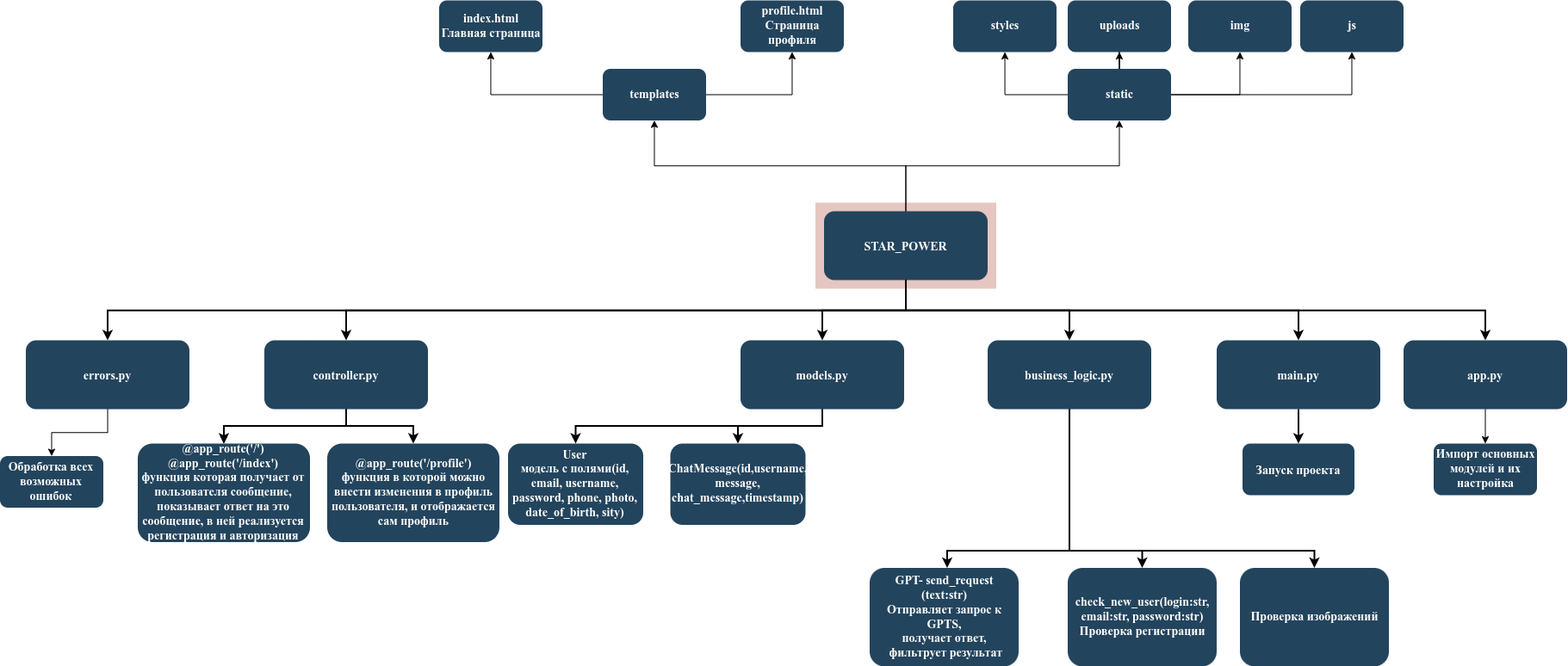
Above: StarPower diagram.png in Ryize/StarPower (draw.io), before the change. Source tidied: cells renumbered, new cells last; positions are measured from the earlier drawing's top-left corner, leaving out a move shared by most shapes.
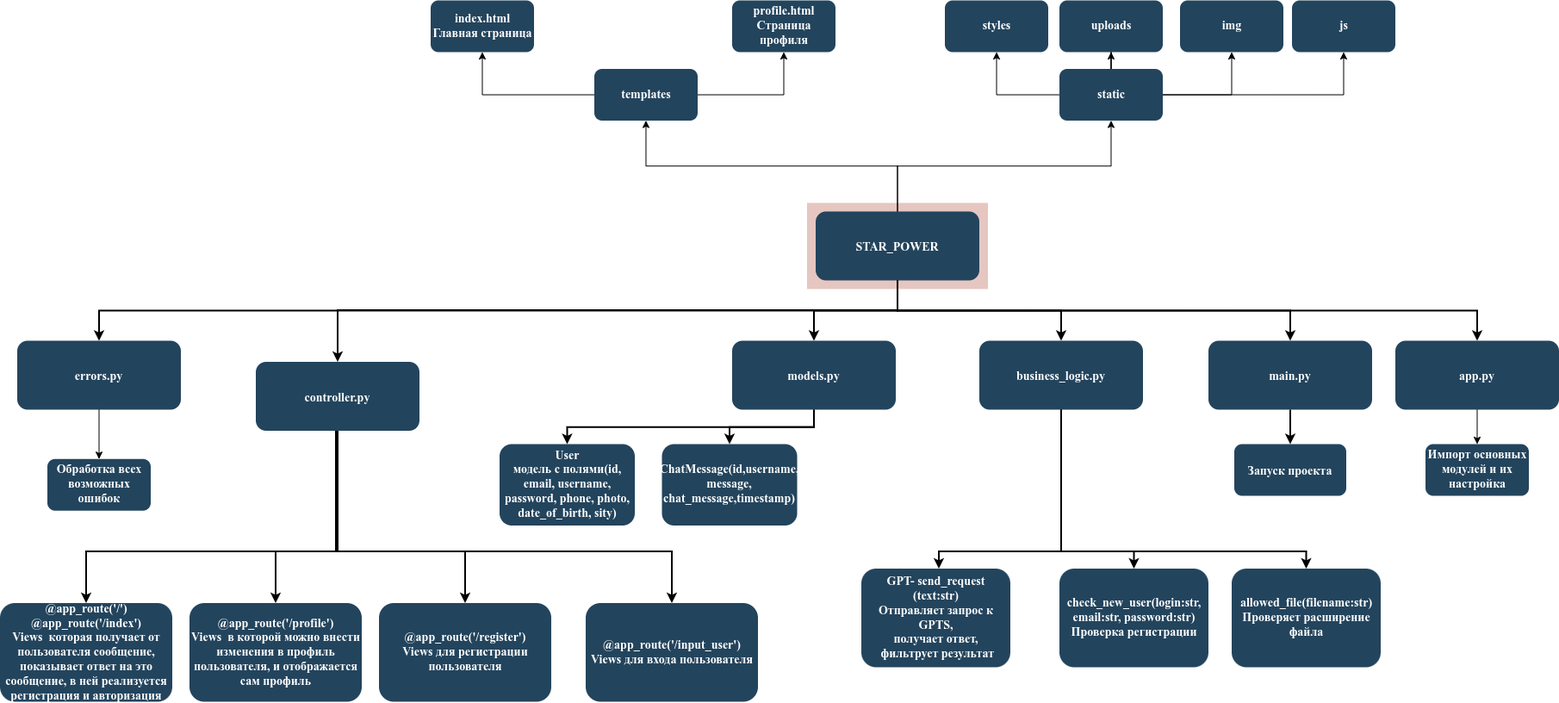
The same file after the commit.

Commit message:
Дополнил диаграмму вьюшками в controller

Change to the diagram source:
```diff
@@ -26,11 +26,8 @@
     <mxCell id="9" value="models.py" style="rounded=1;fillColor=#23445D;gradientColor=none;strokeColor=none;fontColor=#FFFFFF;fontStyle=1;fontFamily=Tahoma;fontSize=14;" parent="1" vertex="1">
       <mxGeometry x="860" y="395.5" width="190" height="80" as="geometry" />
     </mxCell>
-    <mxCell id="10" style="edgeStyle=orthogonalEdgeStyle;rounded=0;jettySize=auto;html=1;" parent="1" edge="1" source="11" target="34">
-      <mxGeometry relative="1" as="geometry" />
-    </mxCell>
     <mxCell id="11" value="controller.py" style="rounded=1;fillColor=#23445D;gradientColor=none;strokeColor=none;fontColor=#FFFFFF;fontStyle=1;fontFamily=Tahoma;fontSize=14;" parent="1" vertex="1">
-      <mxGeometry x="307" y="395.5" width="190" height="80" as="geometry" />
+      <mxGeometry x="307" y="420" width="190" height="80" as="geometry" />
     </mxCell>
     <mxCell id="12" value="User&#10;модель с полями(id, email, username, password, phone, photo, date_of_birth, sity)" style="rounded=1;fillColor=#23445D;gradientColor=none;strokeColor=none;fontColor=#FFFFFF;fontStyle=1;fontFamily=Tahoma;fontSize=14;whiteSpace=wrap;" parent="1" vertex="1">
       <mxGeometry x="590" y="515.5" width="157" height="94.5" as="geometry" />
@@ -42,10 +39,19 @@
       <mxGeometry x="347" y="225.5" as="geometry" />
     </mxCell>
     <mxCell id="15" style="edgeStyle=elbowEdgeStyle;elbow=vertical;strokeWidth=2;rounded=0;" parent="1" edge="1" source="5" target="11">
-      <mxGeometry x="-23" y="135.5" as="geometry" />
+      <mxGeometry x="-23" y="135.5" as="geometry">
+        <Array as="points">
+          <mxPoint x="690" y="360" />
+        </Array>
+      </mxGeometry>
     </mxCell>
-    <mxCell id="16" style="edgeStyle=elbowEdgeStyle;elbow=vertical;strokeWidth=2;rounded=0;" parent="1" edge="1" source="11" target="34">
-      <mxGeometry x="-23" y="135.5" as="geometry" />
+    <mxCell id="16" style="edgeStyle=elbowEdgeStyle;elbow=vertical;strokeWidth=2;rounded=0;" parent="1" edge="1" target="34">
+      <mxGeometry x="-23" y="135.5" as="geometry">
+        <mxPoint x="400" y="500" as="sourcePoint" />
+        <Array as="points">
+          <mxPoint x="250" y="640" />
+        </Array>
+      </mxGeometry>
     </mxCell>
     <mxCell id="17" style="edgeStyle=elbowEdgeStyle;elbow=vertical;strokeWidth=2;rounded=0;" parent="1" edge="1" source="9" target="12">
       <mxGeometry x="-23" y="135.5" as="geometry" />
@@ -96,14 +102,14 @@
     <mxCell id="31" value="styles" style="whiteSpace=wrap;html=1;fontSize=14;fontFamily=Tahoma;fillColor=#23445D;strokeColor=none;fontColor=#FFFFFF;rounded=1;gradientColor=none;fontStyle=1;" parent="1" vertex="1">
       <mxGeometry x="1107" y="0.5" width="120" height="60" as="geometry" />
     </mxCell>
-    <mxCell id="32" value="@app_route('/profile')&lt;br&gt;функция в которой можно внести изменения в профиль пользователя, и отображается сам профиль" style="whiteSpace=wrap;html=1;fontSize=14;fontFamily=Tahoma;fillColor=#23445D;strokeColor=none;fontColor=#FFFFFF;rounded=1;gradientColor=none;fontStyle=1;" parent="1" vertex="1">
-      <mxGeometry x="380" y="515.5" width="200" height="114.5" as="geometry" />
+    <mxCell id="32" value="@app_route('/profile')&lt;br&gt;Views&amp;nbsp;&amp;nbsp;в которой можно внести изменения в профиль пользователя, и отображается сам профиль" style="whiteSpace=wrap;html=1;fontSize=14;fontFamily=Tahoma;fillColor=#23445D;strokeColor=none;fontColor=#FFFFFF;rounded=1;gradientColor=none;fontStyle=1;" parent="1" vertex="1">
+      <mxGeometry x="230" y="700" width="200" height="114.5" as="geometry" />
     </mxCell>
     <mxCell id="33" value="GPT- send_request&#10;(text:str)&#10;Отправляет запрос к GPTS, &#10;получает ответ,&#10; фильтрует результат" style="rounded=1;fillColor=#23445D;gradientColor=none;strokeColor=none;fontColor=#FFFFFF;fontStyle=1;fontFamily=Tahoma;fontSize=14;whiteSpace=wrap;" parent="1" vertex="1">
       <mxGeometry x="1010" y="660" width="173" height="114.5" as="geometry" />
     </mxCell>
-    <mxCell id="34" value="@app_route('/')&lt;br&gt;@app_route('/index')&lt;br&gt;функция которая получает от пользователя сообщение, показывает ответ на это сообщение, в ней реализуется регистрация и авторизация" style="whiteSpace=wrap;html=1;fontSize=14;fontFamily=Tahoma;fillColor=#23445D;strokeColor=none;fontColor=#FFFFFF;rounded=1;gradientColor=none;fontStyle=1;" parent="1" vertex="1">
-      <mxGeometry x="160" y="515.5" width="200" height="114.5" as="geometry" />
+    <mxCell id="34" value="@app_route('/')&lt;br&gt;@app_route('/index')&lt;br&gt;Views&amp;nbsp;&amp;nbsp;которая получает от пользователя сообщение, показывает ответ на это сообщение, в ней реализуется регистрация и авторизация" style="whiteSpace=wrap;html=1;fontSize=14;fontFamily=Tahoma;fillColor=#23445D;strokeColor=none;fontColor=#FFFFFF;rounded=1;gradientColor=none;fontStyle=1;" parent="1" vertex="1">
+      <mxGeometry x="10" y="700" width="200" height="114.5" as="geometry" />
     </mxCell>
     <mxCell id="35" value="ChatMessage(id,username, message, chat_message,timestamp)" style="rounded=1;fillColor=#23445D;gradientColor=none;strokeColor=none;fontColor=#FFFFFF;fontStyle=1;fontFamily=Tahoma;fontSize=14;whiteSpace=wrap;" parent="1" vertex="1">
       <mxGeometry x="778.5" y="515.5" width="157" height="94.5" as="geometry" />
@@ -118,7 +124,7 @@
         </Array>
       </mxGeometry>
     </mxCell>
-    <mxCell id="38" value="Проверка изображений" style="rounded=1;fillColor=#23445D;gradientColor=none;strokeColor=none;fontColor=#FFFFFF;fontStyle=1;fontFamily=Tahoma;fontSize=14;whiteSpace=wrap;" parent="1" vertex="1">
+    <mxCell id="38" value="allowed_file(filename:str)&#10;Проверяет расширение файла" style="rounded=1;fillColor=#23445D;gradientColor=none;strokeColor=none;fontColor=#FFFFFF;fontStyle=1;fontFamily=Tahoma;fontSize=14;whiteSpace=wrap;" parent="1" vertex="1">
       <mxGeometry x="1440" y="660" width="173" height="114.5" as="geometry" />
     </mxCell>
     <mxCell id="39" style="edgeStyle=elbowEdgeStyle;elbow=vertical;strokeWidth=2;rounded=0;exitX=0.5;exitY=1;exitDx=0;exitDy=0;" parent="1" edge="1" source="8" target="38">
@@ -150,7 +156,7 @@
       <mxGeometry x="-23" y="135.5" as="geometry" />
     </mxCell>
     <mxCell id="47" value="Обработка всех возможных ошибок" style="whiteSpace=wrap;html=1;fontSize=14;fontFamily=Tahoma;fillColor=#23445D;strokeColor=none;fontColor=#FFFFFF;rounded=1;gradientColor=none;fontStyle=1;" parent="1" vertex="1">
-      <mxGeometry y="530" width="120" height="60" as="geometry" />
+      <mxGeometry x="65" y="532.8" width="120" height="60" as="geometry" />
     </mxCell>
     <mxCell id="48" value="uploads" style="whiteSpace=wrap;html=1;fontSize=14;fontFamily=Tahoma;fillColor=#23445D;strokeColor=none;fontColor=#FFFFFF;rounded=1;gradientColor=none;fontStyle=1;" parent="1" vertex="1">
       <mxGeometry x="1240" y="0.5" width="120" height="60" as="geometry" />
@@ -164,8 +170,32 @@
     <mxCell id="51" style="edgeStyle=orthogonalEdgeStyle;rounded=0;jettySize=auto;html=1;exitX=1;exitY=0.5;exitDx=0;exitDy=0;" parent="1" edge="1" source="28" target="50">
       <mxGeometry relative="1" as="geometry" />
     </mxCell>
-    <mxCell id="52" style="edgeStyle=elbowEdgeStyle;elbow=vertical;strokeWidth=2;rounded=0;" parent="1" edge="1" source="11" target="32">
-      <mxGeometry x="-23" y="135.5" as="geometry" />
+    <mxCell id="52" style="edgeStyle=elbowEdgeStyle;elbow=vertical;strokeWidth=2;rounded=0;exitX=0.5;exitY=1;exitDx=0;exitDy=0;entryX=0.5;entryY=0;entryDx=0;entryDy=0;" parent="1" edge="1" source="11" target="32">
+      <mxGeometry x="-23" y="135.5" as="geometry">
+        <Array as="points">
+          <mxPoint x="360" y="640" />
+        </Array>
+      </mxGeometry>
     </mxCell>
+    <mxCell id="53" style="edgeStyle=elbowEdgeStyle;elbow=vertical;strokeWidth=2;rounded=0;exitX=0.5;exitY=1;exitDx=0;exitDy=0;entryX=0.5;entryY=0;entryDx=0;entryDy=0;" parent="1" edge="1" source="11" target="54">
+      <mxGeometry x="-23" y="135.5" as="geometry">
+        <Array as="points">
+          <mxPoint x="590" y="640" />
+        </Array>
+      </mxGeometry>
+    </mxCell>
+    <mxCell id="54" value="@app_route('/input_user')&lt;br&gt;Views&amp;nbsp;для входа пользователя" style="whiteSpace=wrap;html=1;fontSize=14;fontFamily=Tahoma;fillColor=#23445D;strokeColor=none;fontColor=#FFFFFF;rounded=1;gradientColor=none;fontStyle=1;" parent="1" vertex="1">
+      <mxGeometry x="690" y="700" width="200" height="114.5" as="geometry" />
+    </mxCell>
+    <mxCell id="55" value="@app_route('/register')&lt;br&gt;Views&amp;nbsp;для регистрации пользователя" style="whiteSpace=wrap;html=1;fontSize=14;fontFamily=Tahoma;fillColor=#23445D;strokeColor=none;fontColor=#FFFFFF;rounded=1;gradientColor=none;fontStyle=1;" parent="1" vertex="1">
+      <mxGeometry x="450" y="700" width="200" height="114.5" as="geometry" />
+    </mxCell>
+    <mxCell id="56" style="edgeStyle=elbowEdgeStyle;elbow=vertical;strokeWidth=2;rounded=0;exitX=0.5;exitY=1;exitDx=0;exitDy=0;entryX=0.5;entryY=0;entryDx=0;entryDy=0;" parent="1" edge="1" source="11" target="55">
+      <mxGeometry x="-23" y="135.5" as="geometry">
+        <Array as="points">
+          <mxPoint x="480" y="640" />
+        </Array>
+      </mxGeometry>
+    </mxCell>
   </root>
 </mxGraphModel>
```
